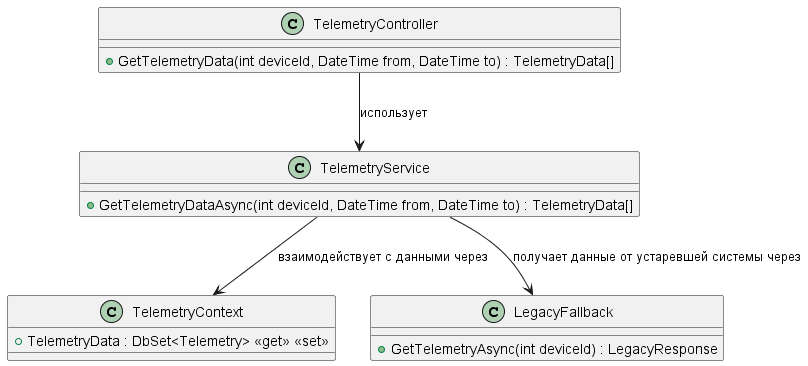
This is schemas/to-be/TelemetryServiceCode.png from vsevolod-nikitin/yandex-practicum-architecture-pro-warmhouse, a PlantUML export, as it was before one commit.
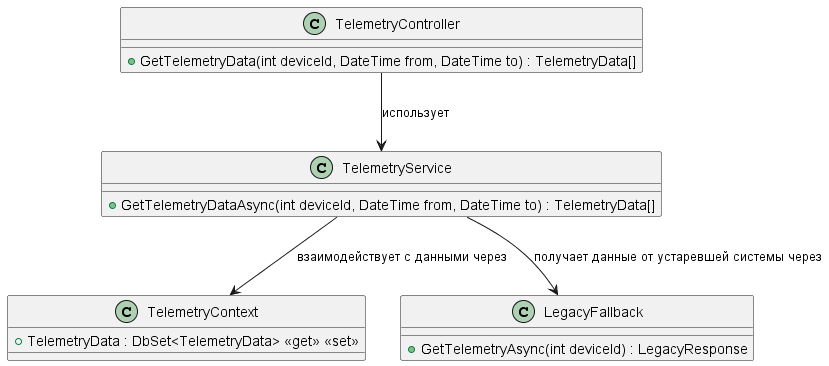
The same file after the commit.

Commit message:
Исправление диаграммы TelemetryService.

The edit, as a diff of the source:
```diff
@@ -9,7 +9,7 @@
 }
 
 class TelemetryContext{
-    +TelemetryData : DbSet<Telemetry> <<get>> <<set>>
+    +TelemetryData : DbSet<TelemetryData> <<get>> <<set>>
 }
 
 class LegacyFallback{
```
